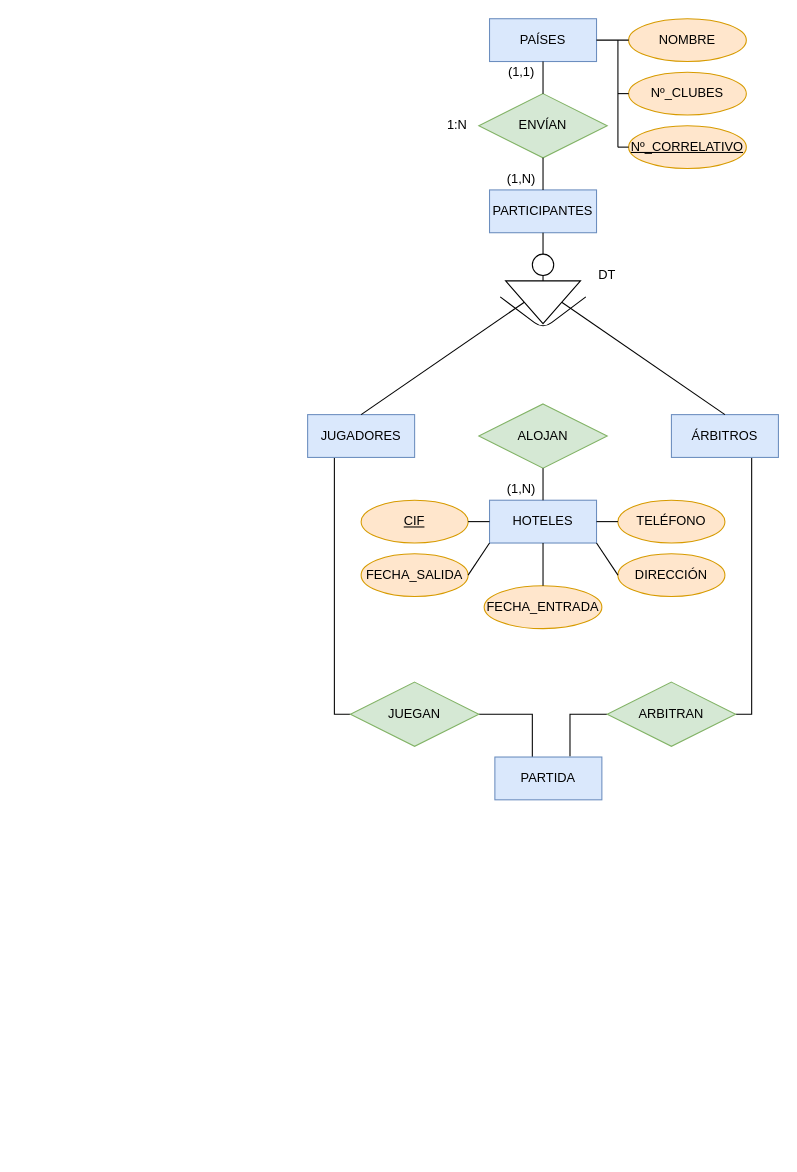
This is Ajedrez.drawio from Axel-Vicente/BBDD, a draw.io file, before an edit. Source tidied: cells renumbered, new cells numbered last; positions are measured from the earlier drawing's top-left corner, leaving out a move shared by most shapes. Both pictures are drawn from the tidied source at 107%, with x=0, y=0 at pixel (307, 18).
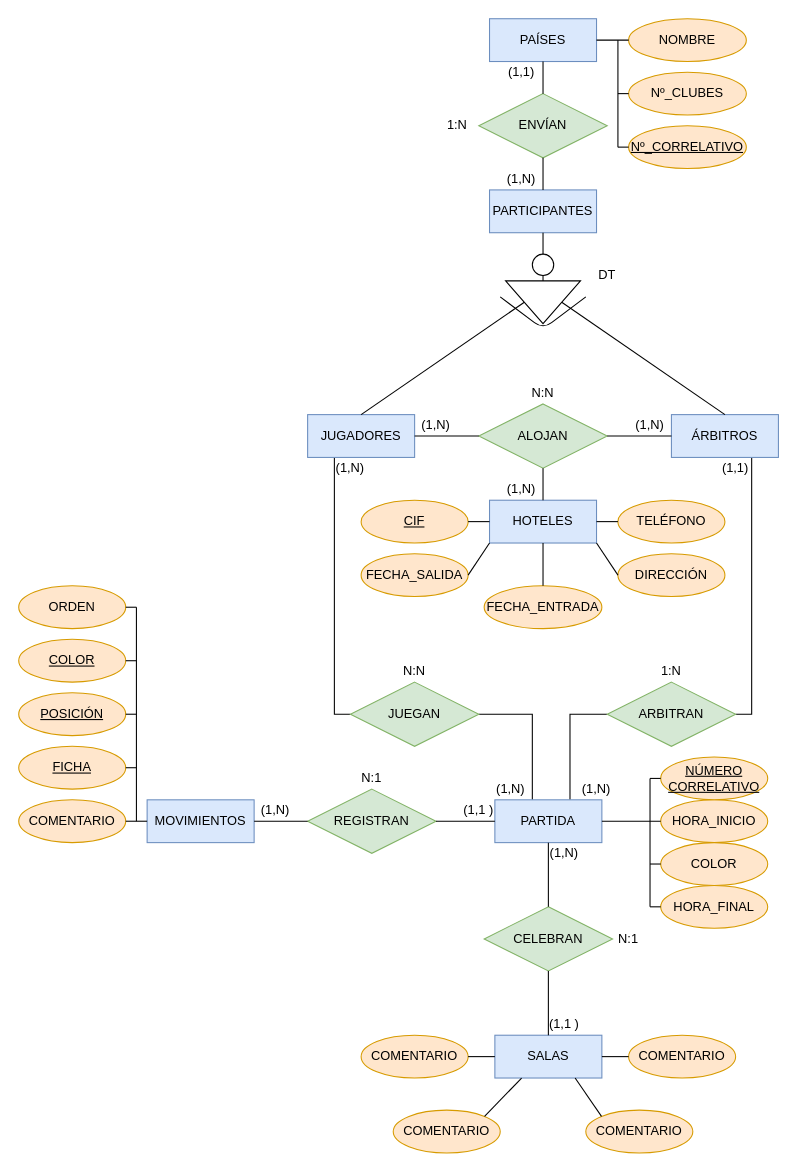
After the change.

Unchanged cells that the change refers to:
```xml
<mxCell id="12" value="JUGADORES" style="whiteSpace=wrap;html=1;align=center;fillColor=#dae8fc;strokeColor=#6c8ebf;" parent="1" vertex="1">
  <mxGeometry y="370" width="100" height="40" as="geometry" />
</mxCell>
<mxCell id="14" value="ÁRBITROS" style="whiteSpace=wrap;html=1;align=center;fillColor=#dae8fc;strokeColor=#6c8ebf;" parent="1" vertex="1">
  <mxGeometry x="340" y="370" width="100" height="40" as="geometry" />
</mxCell>
<mxCell id="15" value="ALOJAN" style="shape=rhombus;perimeter=rhombusPerimeter;whiteSpace=wrap;html=1;align=center;fillColor=#d5e8d4;strokeColor=#82b366;" parent="1" vertex="1">
  <mxGeometry x="160" y="360" width="120" height="60" as="geometry" />
</mxCell>
```

Change to the diagram source:
```diff
@@
     <mxCell id="33" value="PARTIDA" style="whiteSpace=wrap;html=1;align=center;fillColor=#dae8fc;strokeColor=#6c8ebf;" parent="1" vertex="1">
-      <mxGeometry x="175" y="690" width="100" height="40" as="geometry" />
+      <mxGeometry x="175" y="730" width="100" height="40" as="geometry" />
     </mxCell>
@@
+    <mxCell id="48" value="(1,N)" style="text;html=1;strokeColor=none;fillColor=none;align=center;verticalAlign=middle;whiteSpace=wrap;rounded=0;" parent="1" vertex="1">
+      <mxGeometry x="100" y="370" width="40" height="20" as="geometry" />
+    </mxCell>
+    <mxCell id="49" style="endArrow=none;html=1;entryX=1;entryY=0.5;entryDx=0;entryDy=0;exitX=0;exitY=0.5;exitDx=0;exitDy=0;" parent="1" edge="1" source="15" target="12">
+      <mxGeometry relative="1" as="geometry" />
+    </mxCell>
+    <mxCell id="50" style="endArrow=none;html=1;entryX=0;entryY=0.5;entryDx=0;entryDy=0;exitX=1;exitY=0.5;exitDx=0;exitDy=0;" parent="1" edge="1" source="15" target="14">
+      <mxGeometry relative="1" as="geometry" />
+    </mxCell>
+    <mxCell id="51" value="(1,N)" style="text;html=1;strokeColor=none;fillColor=none;align=center;verticalAlign=middle;whiteSpace=wrap;rounded=0;" parent="1" vertex="1">
+      <mxGeometry x="300" y="370" width="40" height="20" as="geometry" />
+    </mxCell>
+    <mxCell id="52" value="N:N" style="text;html=1;strokeColor=none;fillColor=none;align=center;verticalAlign=middle;whiteSpace=wrap;rounded=0;" parent="1" vertex="1">
+      <mxGeometry x="200" y="340" width="40" height="20" as="geometry" />
+    </mxCell>
+    <mxCell id="53" value="(1,N)" style="text;html=1;strokeColor=none;fillColor=none;align=center;verticalAlign=middle;whiteSpace=wrap;rounded=0;" parent="1" vertex="1">
+      <mxGeometry x="20" y="410" width="40" height="20" as="geometry" />
+    </mxCell>
+    <mxCell id="54" value="(1,N)" style="text;html=1;strokeColor=none;fillColor=none;align=center;verticalAlign=middle;whiteSpace=wrap;rounded=0;" parent="1" vertex="1">
+      <mxGeometry x="170" y="710" width="40" height="20" as="geometry" />
+    </mxCell>
+    <mxCell id="55" value="(1,N)" style="text;html=1;strokeColor=none;fillColor=none;align=center;verticalAlign=middle;whiteSpace=wrap;rounded=0;" parent="1" vertex="1">
+      <mxGeometry x="250" y="710" width="40" height="20" as="geometry" />
+    </mxCell>
+    <mxCell id="56" value="(1,1)" style="text;html=1;strokeColor=none;fillColor=none;align=center;verticalAlign=middle;whiteSpace=wrap;rounded=0;" parent="1" vertex="1">
+      <mxGeometry x="380" y="410" width="40" height="20" as="geometry" />
+    </mxCell>
+    <mxCell id="57" value="N:N" style="text;html=1;strokeColor=none;fillColor=none;align=center;verticalAlign=middle;whiteSpace=wrap;rounded=0;" parent="1" vertex="1">
+      <mxGeometry x="80" y="600" width="40" height="20" as="geometry" />
+    </mxCell>
+    <mxCell id="58" value="1:N" style="text;html=1;strokeColor=none;fillColor=none;align=center;verticalAlign=middle;whiteSpace=wrap;rounded=0;" parent="1" vertex="1">
+      <mxGeometry x="320" y="600" width="40" height="20" as="geometry" />
+    </mxCell>
+    <mxCell id="59" value="REGISTRAN" style="shape=rhombus;perimeter=rhombusPerimeter;whiteSpace=wrap;html=1;align=center;fillColor=#d5e8d4;strokeColor=#82b366;" parent="1" vertex="1">
+      <mxGeometry y="720" width="120" height="60" as="geometry" />
+    </mxCell>
+    <mxCell id="60" value="MOVIMIENTOS" style="whiteSpace=wrap;html=1;align=center;fillColor=#dae8fc;strokeColor=#6c8ebf;" parent="1" vertex="1">
+      <mxGeometry x="-150" y="730" width="100" height="40" as="geometry" />
+    </mxCell>
+    <mxCell id="61" style="endArrow=none;html=1;entryX=1;entryY=0.5;entryDx=0;entryDy=0;exitX=0;exitY=0.5;exitDx=0;exitDy=0;" parent="1" edge="1" source="59" target="60">
+      <mxGeometry relative="1" as="geometry" />
+    </mxCell>
+    <mxCell id="62" style="endArrow=none;html=1;entryX=0;entryY=0.5;entryDx=0;entryDy=0;exitX=1;exitY=0.5;exitDx=0;exitDy=0;" parent="1" edge="1" source="59" target="33">
+      <mxGeometry relative="1" as="geometry" />
+    </mxCell>
+    <mxCell id="63" value="COLOR" style="ellipse;whiteSpace=wrap;html=1;align=center;fillColor=#ffe6cc;strokeColor=#d79b00;fontStyle=4;" parent="1" vertex="1">
+      <mxGeometry x="-270" y="580" width="100" height="40" as="geometry" />
+    </mxCell>
+    <mxCell id="64" value="POSICIÓN" style="ellipse;whiteSpace=wrap;html=1;align=center;fillColor=#ffe6cc;strokeColor=#d79b00;fontStyle=4;" parent="1" vertex="1">
+      <mxGeometry x="-270" y="630" width="100" height="40" as="geometry" />
+    </mxCell>
+    <mxCell id="65" value="FICHA" style="ellipse;whiteSpace=wrap;html=1;align=center;fillColor=#ffe6cc;strokeColor=#d79b00;fontStyle=4;" parent="1" vertex="1">
+      <mxGeometry x="-270" y="680" width="100" height="40" as="geometry" />
+    </mxCell>
+    <mxCell id="66" value="COMENTARIO" style="ellipse;whiteSpace=wrap;html=1;align=center;fillColor=#ffe6cc;strokeColor=#d79b00;" parent="1" vertex="1">
+      <mxGeometry x="-270" y="730" width="100" height="40" as="geometry" />
+    </mxCell>
+    <mxCell id="67" value="ORDEN" style="ellipse;whiteSpace=wrap;html=1;align=center;fillColor=#ffe6cc;strokeColor=#d79b00;" parent="1" vertex="1">
+      <mxGeometry x="-270" y="530" width="100" height="40" as="geometry" />
+    </mxCell>
+    <mxCell id="68" style="endArrow=none;html=1;entryX=1;entryY=0.5;entryDx=0;entryDy=0;exitX=0;exitY=0.5;exitDx=0;exitDy=0;" parent="1" edge="1" source="60" target="66">
+      <mxGeometry relative="1" as="geometry" />
+    </mxCell>
+    <mxCell id="69" style="endArrow=none;html=1;" parent="1" edge="1">
+      <mxGeometry relative="1" as="geometry">
+        <mxPoint x="-160" y="550" as="sourcePoint" />
+        <mxPoint x="-160" y="750" as="targetPoint" />
+      </mxGeometry>
+    </mxCell>
+    <mxCell id="70" style="endArrow=none;html=1;entryX=1;entryY=0.5;entryDx=0;entryDy=0;" parent="1" edge="1" target="65">
+      <mxGeometry relative="1" as="geometry">
+        <mxPoint x="-160" y="700" as="sourcePoint" />
+      </mxGeometry>
+    </mxCell>
+    <mxCell id="71" style="endArrow=none;html=1;entryX=1;entryY=0.5;entryDx=0;entryDy=0;" parent="1" edge="1" target="64">
+      <mxGeometry relative="1" as="geometry">
+        <mxPoint x="-160" y="650" as="sourcePoint" />
+      </mxGeometry>
+    </mxCell>
+    <mxCell id="72" style="endArrow=none;html=1;entryX=1;entryY=0.5;entryDx=0;entryDy=0;" parent="1" edge="1" target="67">
+      <mxGeometry relative="1" as="geometry">
+        <mxPoint x="-160" y="550" as="sourcePoint" />
+      </mxGeometry>
+    </mxCell>
+    <mxCell id="73" style="endArrow=none;html=1;entryX=1;entryY=0.5;entryDx=0;entryDy=0;" parent="1" edge="1" target="63">
+      <mxGeometry relative="1" as="geometry">
+        <mxPoint x="-160" y="600" as="sourcePoint" />
+      </mxGeometry>
+    </mxCell>
+    <mxCell id="74" value="CELEBRAN" style="shape=rhombus;perimeter=rhombusPerimeter;whiteSpace=wrap;html=1;align=center;fillColor=#d5e8d4;strokeColor=#82b366;" parent="1" vertex="1">
+      <mxGeometry x="165" y="830" width="120" height="60" as="geometry" />
+    </mxCell>
+    <mxCell id="75" value="SALAS" style="whiteSpace=wrap;html=1;align=center;fillColor=#dae8fc;strokeColor=#6c8ebf;" parent="1" vertex="1">
+      <mxGeometry x="175" y="950" width="100" height="40" as="geometry" />
+    </mxCell>
+    <mxCell id="76" value="COMENTARIO" style="ellipse;whiteSpace=wrap;html=1;align=center;fillColor=#ffe6cc;strokeColor=#d79b00;" parent="1" vertex="1">
+      <mxGeometry x="80" y="1020" width="100" height="40" as="geometry" />
+    </mxCell>
+    <mxCell id="77" value="COMENTARIO" style="ellipse;whiteSpace=wrap;html=1;align=center;fillColor=#ffe6cc;strokeColor=#d79b00;" parent="1" vertex="1">
+      <mxGeometry x="50" y="950" width="100" height="40" as="geometry" />
+    </mxCell>
+    <mxCell id="78" value="COMENTARIO" style="ellipse;whiteSpace=wrap;html=1;align=center;fillColor=#ffe6cc;strokeColor=#d79b00;" parent="1" vertex="1">
+      <mxGeometry x="300" y="950" width="100" height="40" as="geometry" />
+    </mxCell>
+    <mxCell id="79" value="COMENTARIO" style="ellipse;whiteSpace=wrap;html=1;align=center;fillColor=#ffe6cc;strokeColor=#d79b00;" parent="1" vertex="1">
+      <mxGeometry x="260" y="1020" width="100" height="40" as="geometry" />
+    </mxCell>
+    <mxCell id="80" style="endArrow=none;html=1;entryX=1;entryY=0.5;entryDx=0;entryDy=0;exitX=0;exitY=0.5;exitDx=0;exitDy=0;" parent="1" edge="1" source="75" target="77">
+      <mxGeometry relative="1" as="geometry" />
+    </mxCell>
+    <mxCell id="81" style="endArrow=none;html=1;entryX=1;entryY=0;entryDx=0;entryDy=0;exitX=0.25;exitY=1;exitDx=0;exitDy=0;" parent="1" edge="1" source="75" target="76">
+      <mxGeometry relative="1" as="geometry" />
+    </mxCell>
+    <mxCell id="82" style="endArrow=none;html=1;entryX=0;entryY=0;entryDx=0;entryDy=0;exitX=0.75;exitY=1;exitDx=0;exitDy=0;" parent="1" edge="1" source="75" target="79">
+      <mxGeometry relative="1" as="geometry" />
+    </mxCell>
+    <mxCell id="83" style="endArrow=none;html=1;entryX=0;entryY=0.5;entryDx=0;entryDy=0;exitX=1;exitY=0.5;exitDx=0;exitDy=0;" parent="1" edge="1" source="75" target="78">
+      <mxGeometry relative="1" as="geometry" />
+    </mxCell>
+    <mxCell id="84" style="endArrow=none;html=1;entryX=0.5;entryY=1;entryDx=0;entryDy=0;exitX=0.5;exitY=0;exitDx=0;exitDy=0;" parent="1" edge="1" source="75" target="74">
+      <mxGeometry relative="1" as="geometry" />
+    </mxCell>
+    <mxCell id="85" style="endArrow=none;html=1;entryX=0.5;entryY=1;entryDx=0;entryDy=0;exitX=0.5;exitY=0;exitDx=0;exitDy=0;" parent="1" edge="1" source="74" target="33">
+      <mxGeometry relative="1" as="geometry" />
+    </mxCell>
+    <mxCell id="86" value="(1,N)" style="text;html=1;strokeColor=none;fillColor=none;align=center;verticalAlign=middle;whiteSpace=wrap;rounded=0;" parent="1" vertex="1">
+      <mxGeometry x="220" y="770" width="40" height="20" as="geometry" />
+    </mxCell>
+    <mxCell id="87" value="(1,1 )" style="text;html=1;strokeColor=none;fillColor=none;align=center;verticalAlign=middle;whiteSpace=wrap;rounded=0;" parent="1" vertex="1">
+      <mxGeometry x="220" y="930" width="40" height="20" as="geometry" />
+    </mxCell>
+    <mxCell id="88" value="N:1" style="text;html=1;strokeColor=none;fillColor=none;align=center;verticalAlign=middle;whiteSpace=wrap;rounded=0;" parent="1" vertex="1">
+      <mxGeometry x="280" y="850" width="40" height="20" as="geometry" />
+    </mxCell>
+    <mxCell id="89" value="(1,1 )" style="text;html=1;strokeColor=none;fillColor=none;align=center;verticalAlign=middle;whiteSpace=wrap;rounded=0;" parent="1" vertex="1">
+      <mxGeometry x="140" y="730" width="40" height="20" as="geometry" />
+    </mxCell>
+    <mxCell id="90" value="(1,N)" style="text;html=1;strokeColor=none;fillColor=none;align=center;verticalAlign=middle;whiteSpace=wrap;rounded=0;" parent="1" vertex="1">
+      <mxGeometry x="-50" y="730" width="40" height="20" as="geometry" />
+    </mxCell>
+    <mxCell id="91" value="N:1" style="text;html=1;strokeColor=none;fillColor=none;align=center;verticalAlign=middle;whiteSpace=wrap;rounded=0;" parent="1" vertex="1">
+      <mxGeometry x="40" y="700" width="40" height="20" as="geometry" />
+    </mxCell>
+    <mxCell id="92" value="HORA_INICIO" style="ellipse;whiteSpace=wrap;html=1;align=center;fillColor=#ffe6cc;strokeColor=#d79b00;" parent="1" vertex="1">
+      <mxGeometry x="330" y="730" width="100" height="40" as="geometry" />
+    </mxCell>
+    <mxCell id="93" value="NÚMERO&lt;br&gt;CORRELATIVO" style="ellipse;whiteSpace=wrap;html=1;align=center;fillColor=#ffe6cc;strokeColor=#d79b00;fontStyle=4;" parent="1" vertex="1">
+      <mxGeometry x="330" y="690" width="100" height="40" as="geometry" />
+    </mxCell>
+    <mxCell id="94" value="COLOR" style="ellipse;whiteSpace=wrap;html=1;align=center;fillColor=#ffe6cc;strokeColor=#d79b00;" parent="1" vertex="1">
+      <mxGeometry x="330" y="770" width="100" height="40" as="geometry" />
+    </mxCell>
+    <mxCell id="95" value="HORA_FINAL" style="ellipse;whiteSpace=wrap;html=1;align=center;fillColor=#ffe6cc;strokeColor=#d79b00;" parent="1" vertex="1">
+      <mxGeometry x="330" y="810" width="100" height="40" as="geometry" />
+    </mxCell>
+    <mxCell id="96" style="endArrow=none;html=1;entryX=1;entryY=0.5;entryDx=0;entryDy=0;exitX=0;exitY=0.5;exitDx=0;exitDy=0;" parent="1" edge="1" source="92" target="33">
+      <mxGeometry relative="1" as="geometry" />
+    </mxCell>
+    <mxCell id="97" style="endArrow=none;html=1;" parent="1" edge="1">
+      <mxGeometry relative="1" as="geometry">
+        <mxPoint x="320" y="830" as="sourcePoint" />
+        <mxPoint x="320" y="710" as="targetPoint" />
+      </mxGeometry>
+    </mxCell>
+    <mxCell id="98" style="endArrow=none;html=1;entryX=0;entryY=0.5;entryDx=0;entryDy=0;" parent="1" edge="1" target="93">
+      <mxGeometry relative="1" as="geometry">
+        <mxPoint x="320" y="710" as="sourcePoint" />
+      </mxGeometry>
+    </mxCell>
+    <mxCell id="99" style="endArrow=none;html=1;entryX=0;entryY=0.5;entryDx=0;entryDy=0;" parent="1" edge="1" target="94">
+      <mxGeometry relative="1" as="geometry">
+        <mxPoint x="320" y="790" as="sourcePoint" />
+      </mxGeometry>
+    </mxCell>
+    <mxCell id="100" style="endArrow=none;html=1;entryX=0;entryY=0.5;entryDx=0;entryDy=0;" parent="1" edge="1" target="95">
+      <mxGeometry relative="1" as="geometry">
+        <mxPoint x="320" y="830" as="sourcePoint" />
+      </mxGeometry>
+    </mxCell>
```
